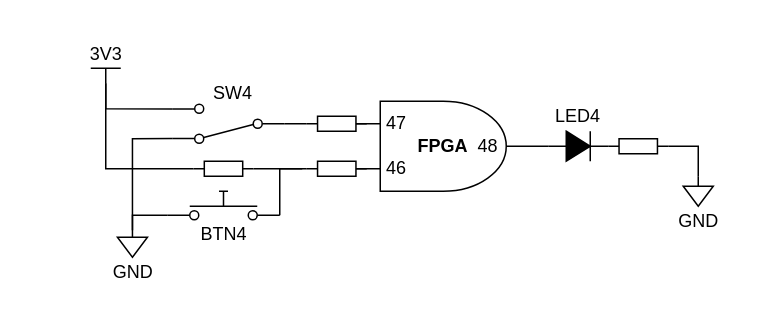
Above: page "与门_实际" (8 of 12) of 多功能数字钟_实验指导书.drawio in zeandon/draw.io (draw.io), before the change. Source tidied: cells renumbered, new cells numbered last; positions are measured from the earlier drawing's top-left corner, leaving out a move shared by most shapes. Both pictures are drawn from the tidied source at 150%, with x=0, y=0 at pixel (90, 68).
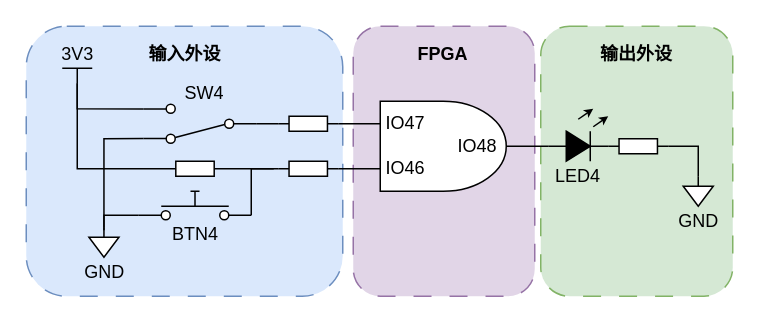
Above is the later version.

The edit, as a diff of the source:
```diff
@@
+    <mxCell id="29" style="rounded=1;whiteSpace=wrap;html=1;dashed=1;dashPattern=12 12;fillColor=#d5e8d4;strokeColor=#82b366;" parent="1" vertex="1">
+      <mxGeometry x="300" y="-28" width="128" height="180" as="geometry" />
+    </mxCell>
+    <mxCell id="30" style="rounded=1;whiteSpace=wrap;html=1;dashed=1;dashPattern=12 12;fillColor=#e1d5e7;strokeColor=#9673a6;" parent="1" vertex="1">
+      <mxGeometry x="175" y="-28" width="121" height="180" as="geometry" />
+    </mxCell>
+    <mxCell id="31" style="rounded=1;whiteSpace=wrap;html=1;dashed=1;dashPattern=12 12;fillColor=#dae8fc;strokeColor=#6c8ebf;" parent="1" vertex="1">
+      <mxGeometry x="-43" y="-28" width="211" height="180" as="geometry" />
+    </mxCell>
@@
     <mxCell id="3" style="html=1;shape=mxgraph.electrical.electro-mechanical.twoWaySwitch;elSwitchState=2;rotation=-180;" parent="1" vertex="1">
-      <mxGeometry x="54.3" y="24" width="75" height="26" as="geometry" />
+      <mxGeometry x="35.3" y="24" width="75" height="26" as="geometry" />
     </mxCell>
@@
     <mxCell id="7" value=" " style="html=1;shape=mxgraph.electrical.electro-mechanical.pushbutton;elSwitchState=off;shadow=0;dashed=0;strokeColor=default;align=center;verticalAlign=top;fontFamily=Helvetica;fontSize=12;fontColor=default;fillColor=default;" parent="1" vertex="1">
-      <mxGeometry x="51" y="82" width="75" height="20" as="geometry" />
+      <mxGeometry x="32" y="82" width="75" height="20" as="geometry" />
     </mxCell>
@@
     <mxCell id="10" style="endArrow=none;html=1;rounded=0;fontFamily=Helvetica;fontSize=12;fontColor=default;entryX=0;entryY=0.75;entryDx=0;entryDy=0;entryPerimeter=0;exitX=1;exitY=0.8;exitDx=0;exitDy=0;" parent="1" edge="1" source="7">
       <mxGeometry relative="1" as="geometry">
-        <mxPoint x="141" y="67" as="targetPoint" />
+        <mxPoint x="122" y="67" as="targetPoint" />
         <Array as="points">
-          <mxPoint x="126" y="82" />
-          <mxPoint x="126" y="67" />
+          <mxPoint x="107" y="82" />
+          <mxPoint x="107" y="67" />
         </Array>
       </mxGeometry>
     </mxCell>
     <mxCell id="11" style="verticalLabelPosition=bottom;shadow=0;dashed=0;align=center;html=1;verticalAlign=top;shape=mxgraph.electrical.resistors.resistor_1;" parent="1" vertex="1">
-      <mxGeometry x="68.5" y="62" width="40" height="10" as="geometry" />
+      <mxGeometry x="49.5" y="62" width="40" height="10" as="geometry" />
     </mxCell>
@@
     <mxCell id="13" style="endArrow=none;html=1;rounded=0;fontFamily=Helvetica;fontSize=12;fontColor=default;entryX=0;entryY=0.5;entryDx=0;entryDy=0;entryPerimeter=0;exitX=0.5;exitY=0;exitDx=0;exitDy=0;exitPerimeter=0;" parent="1" edge="1" source="19" target="11">
       <mxGeometry relative="1" as="geometry">
         <Array as="points">
-          <mxPoint x="10" y="67" />
+          <mxPoint x="-9" y="67" />
         </Array>
       </mxGeometry>
     </mxCell>
-    <mxCell id="14" value="FPGA" style="text;html=1;whiteSpace=wrap;strokeColor=none;fillColor=none;align=center;verticalAlign=middle;rounded=0;fontFamily=Helvetica;fontSize=12;fontColor=default;fontStyle=1;" parent="1" vertex="1">
-      <mxGeometry x="210" y="42" width="50" height="20" as="geometry" />
-    </mxCell>
-    <mxCell id="15" value="46" style="text;html=1;whiteSpace=wrap;strokeColor=none;fillColor=none;align=center;verticalAlign=middle;rounded=0;fontFamily=Helvetica;fontSize=12;fontColor=default;" parent="1" vertex="1">
-      <mxGeometry x="194" y="57" width="20" height="20" as="geometry" />
+    <mxCell id="15" value="IO46" style="text;html=1;whiteSpace=wrap;strokeColor=none;fillColor=none;align=center;verticalAlign=middle;rounded=0;fontFamily=Helvetica;fontSize=12;fontColor=default;" parent="1" vertex="1">
+      <mxGeometry x="200" y="57" width="20" height="20" as="geometry" />
     </mxCell>
-    <mxCell id="16" value="47" style="text;html=1;whiteSpace=wrap;strokeColor=none;fillColor=none;align=center;verticalAlign=middle;rounded=0;fontFamily=Helvetica;fontSize=12;fontColor=default;" parent="1" vertex="1">
-      <mxGeometry x="194" y="27" width="20" height="20" as="geometry" />
+    <mxCell id="16" value="IO47" style="text;html=1;whiteSpace=wrap;strokeColor=none;fillColor=none;align=center;verticalAlign=middle;rounded=0;fontFamily=Helvetica;fontSize=12;fontColor=default;" parent="1" vertex="1">
+      <mxGeometry x="200" y="27" width="20" height="20" as="geometry" />
     </mxCell>
-    <mxCell id="17" value="48" style="text;html=1;whiteSpace=wrap;strokeColor=none;fillColor=none;align=center;verticalAlign=middle;rounded=0;fontFamily=Helvetica;fontSize=12;fontColor=default;" parent="1" vertex="1">
-      <mxGeometry x="255" y="42" width="20" height="20" as="geometry" />
+    <mxCell id="17" value="IO48" style="text;html=1;whiteSpace=wrap;strokeColor=none;fillColor=none;align=center;verticalAlign=middle;rounded=0;fontFamily=Helvetica;fontSize=12;fontColor=default;" parent="1" vertex="1">
+      <mxGeometry x="248" y="42" width="20" height="20" as="geometry" />
     </mxCell>
     <mxCell id="18" style="verticalLabelPosition=bottom;shadow=0;dashed=0;align=center;html=1;verticalAlign=top;shape=mxgraph.electrical.resistors.resistor_1;" parent="1" vertex="1">
-      <mxGeometry x="144" y="32" width="40" height="10" as="geometry" />
+      <mxGeometry x="125" y="32" width="40" height="10" as="geometry" />
     </mxCell>
     <mxCell id="19" value="3V3" style="verticalLabelPosition=top;verticalAlign=bottom;shape=mxgraph.electrical.signal_sources.vdd;shadow=0;dashed=0;align=center;strokeWidth=1;fontSize=12;html=1;flipV=1;legacyAnchorPoints=0;strokeColor=default;fontFamily=Helvetica;fontColor=default;fillColor=default;" parent="1" vertex="1">
-      <mxGeometry width="20" height="10" as="geometry" />
+      <mxGeometry x="-19" width="20" height="10" as="geometry" />
     </mxCell>
     <mxCell id="20" style="endArrow=none;html=1;rounded=0;fontFamily=Helvetica;fontSize=12;fontColor=default;exitX=0.5;exitY=0;exitDx=0;exitDy=0;exitPerimeter=0;entryX=1;entryY=0.88;entryDx=0;entryDy=0;" parent="1" edge="1" source="19" target="3">
       <mxGeometry relative="1" as="geometry">
         <Array as="points">
-          <mxPoint x="10" y="27" />
+          <mxPoint x="-9" y="27" />
         </Array>
       </mxGeometry>
     </mxCell>
     <mxCell id="21" style="endArrow=none;html=1;rounded=0;fontFamily=Helvetica;fontSize=12;fontColor=default;entryX=1;entryY=0.12;entryDx=0;entryDy=0;" parent="1" edge="1" target="3">
       <mxGeometry relative="1" as="geometry">
-        <mxPoint x="27.8" y="108" as="sourcePoint" />
+        <mxPoint x="8.8" y="108" as="sourcePoint" />
         <Array as="points">
-          <mxPoint x="27.8" y="47" />
+          <mxPoint x="8.8" y="47" />
         </Array>
       </mxGeometry>
     </mxCell>
     <mxCell id="22" value="SW4" style="text;html=1;whiteSpace=wrap;strokeColor=none;fillColor=none;align=center;verticalAlign=middle;rounded=0;fontFamily=Helvetica;fontSize=12;fontColor=default;" parent="1" vertex="1">
-      <mxGeometry x="69.5" y="2" width="50" height="30" as="geometry" />
+      <mxGeometry x="50.5" y="2" width="50" height="30" as="geometry" />
     </mxCell>
     <mxCell id="23" style="verticalLabelPosition=bottom;shadow=0;dashed=0;align=center;html=1;verticalAlign=top;shape=mxgraph.electrical.resistors.resistor_1;" parent="1" vertex="1">
-      <mxGeometry x="144" y="62" width="40" height="10" as="geometry" />
+      <mxGeometry x="125" y="62" width="40" height="10" as="geometry" />
     </mxCell>
     <mxCell id="24" value="BTN4" style="text;html=1;whiteSpace=wrap;strokeColor=none;fillColor=none;align=center;verticalAlign=middle;rounded=0;fontFamily=Helvetica;fontSize=12;fontColor=default;" parent="1" vertex="1">
-      <mxGeometry x="63.5" y="96" width="50" height="30" as="geometry" />
+      <mxGeometry x="44.5" y="96" width="50" height="30" as="geometry" />
     </mxCell>
     <mxCell id="25" value="GND" style="verticalLabelPosition=bottom;shadow=0;dashed=0;align=center;html=1;verticalAlign=middle;shape=mxgraph.electrical.signal_sources.signal_ground;strokeColor=default;fontFamily=Helvetica;fontSize=12;fontColor=default;fillColor=default;" parent="1" vertex="1">
-      <mxGeometry x="17.8" y="106" width="20" height="20" as="geometry" />
+      <mxGeometry x="-1.2" y="106" width="20" height="20" as="geometry" />
     </mxCell>
     <mxCell id="26" style="endArrow=none;html=1;rounded=0;fontFamily=Helvetica;fontSize=12;fontColor=default;exitX=0.5;exitY=0;exitDx=0;exitDy=0;exitPerimeter=0;entryX=0;entryY=0.8;entryDx=0;entryDy=0;" parent="1" edge="1" source="25" target="7">
       <mxGeometry relative="1" as="geometry">
         <Array as="points">
-          <mxPoint x="27.8" y="98" />
+          <mxPoint x="8.8" y="98" />
         </Array>
       </mxGeometry>
     </mxCell>
     <mxCell id="27" value="LED4" style="text;html=1;whiteSpace=wrap;strokeColor=none;fillColor=none;align=center;verticalAlign=middle;rounded=0;fontFamily=Helvetica;fontSize=12;fontColor=default;" parent="1" vertex="1">
-      <mxGeometry x="300" y="17" width="50" height="30" as="geometry" />
+      <mxGeometry x="300" y="57" width="50" height="30" as="geometry" />
     </mxCell>
@@
+    <mxCell id="32" style="endArrow=classic;html=1;rounded=0;fontFamily=Helvetica;fontSize=12;fontColor=default;strokeWidth=1;startSize=6;endSize=3;" parent="1" edge="1">
+      <mxGeometry relative="1" as="geometry">
+        <mxPoint x="325" y="34" as="sourcePoint" />
+        <mxPoint x="335" y="27" as="targetPoint" />
+      </mxGeometry>
+    </mxCell>
+    <mxCell id="33" style="endArrow=classic;html=1;rounded=0;fontFamily=Helvetica;fontSize=12;fontColor=default;strokeWidth=1;startSize=6;endSize=3;" parent="1" edge="1">
+      <mxGeometry relative="1" as="geometry">
+        <mxPoint x="335" y="39" as="sourcePoint" />
+        <mxPoint x="345" y="32" as="targetPoint" />
+      </mxGeometry>
+    </mxCell>
+    <mxCell id="14" value="FPGA" style="text;html=1;whiteSpace=wrap;strokeColor=none;fillColor=none;align=center;verticalAlign=middle;rounded=0;fontFamily=Helvetica;fontSize=12;fontColor=default;fontStyle=1;" parent="1" vertex="1">
+      <mxGeometry x="210" y="-24" width="50" height="30" as="geometry" />
+    </mxCell>
+    <mxCell id="34" value="输入外设" style="text;html=1;whiteSpace=wrap;strokeColor=none;fillColor=none;align=center;verticalAlign=middle;rounded=0;fontFamily=Helvetica;fontSize=12;fontColor=default;fontStyle=1;" parent="1" vertex="1">
+      <mxGeometry x="37.5" y="-24" width="50" height="30" as="geometry" />
+    </mxCell>
+    <mxCell id="35" value="输出外设" style="text;html=1;whiteSpace=wrap;strokeColor=none;fillColor=none;align=center;verticalAlign=middle;rounded=0;fontFamily=Helvetica;fontSize=12;fontColor=default;fontStyle=1;" parent="1" vertex="1">
+      <mxGeometry x="339" y="-24" width="50" height="30" as="geometry" />
+    </mxCell>
```
